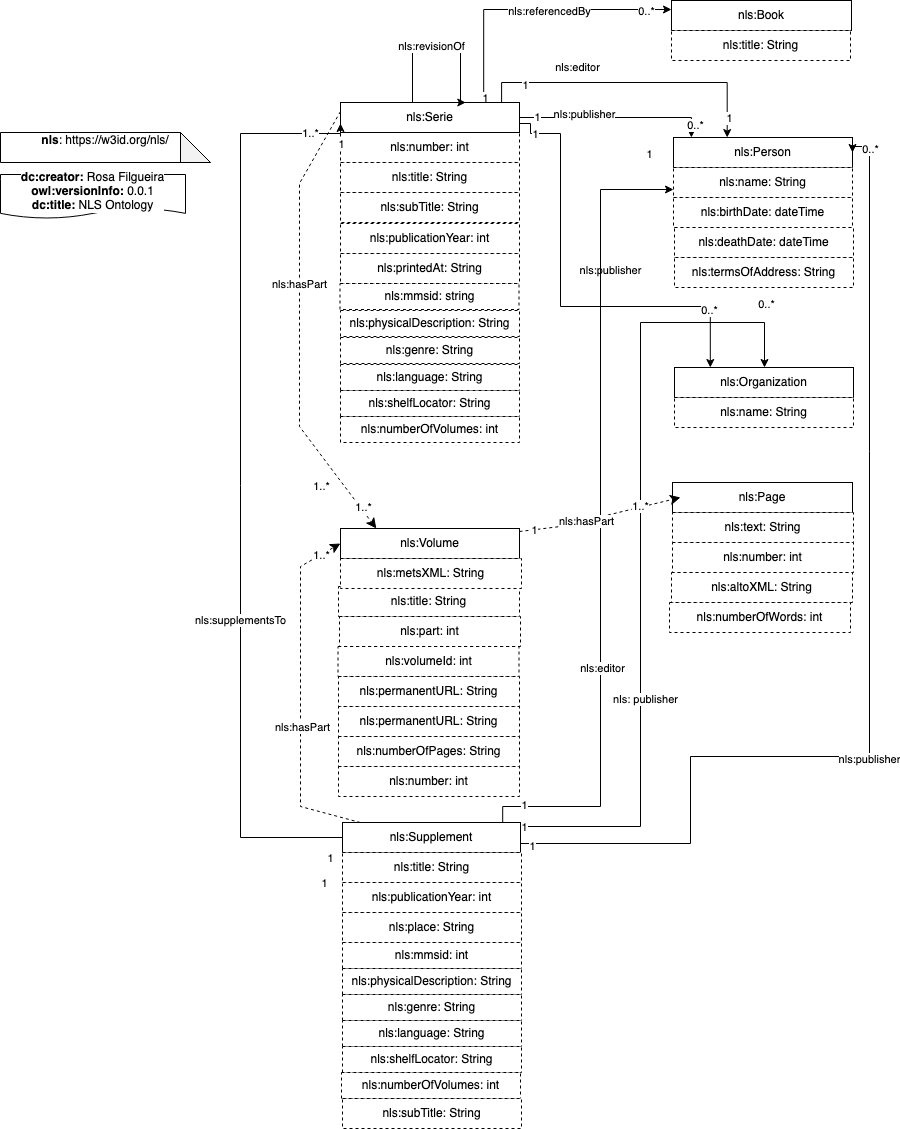
Earlier version of the draw.io export doc/dataModel.png (francesNLP/NLS-ontology). Source tidied: cells renumbered, new cells last; positions are measured from the earlier drawing's top-left corner, leaving out a move shared by most shapes.
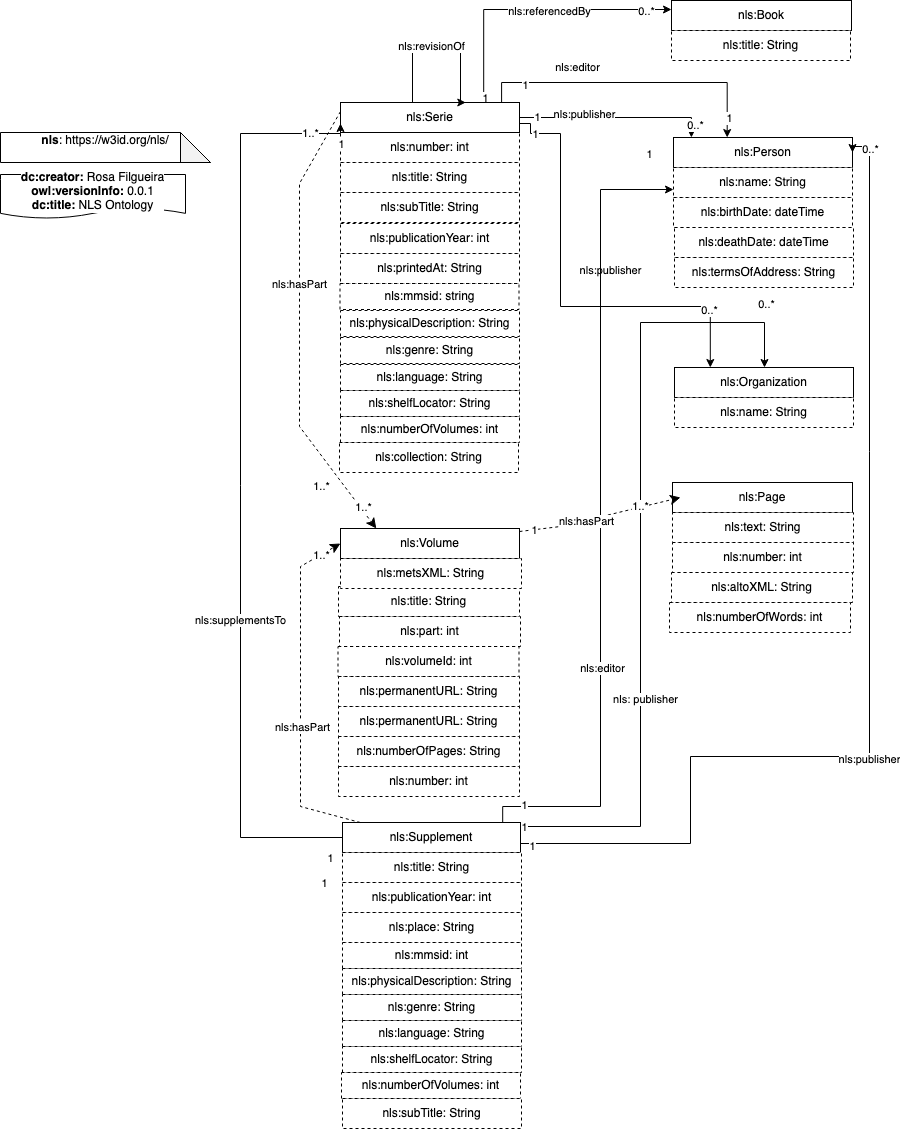
Above is the later version.

Change to the diagram source:
```diff
@@ -372,5 +372,8 @@
     <mxCell id="95" value="nls:number: int" style="rounded=0;whiteSpace=wrap;html=1;dashed=1;" parent="1" vertex="1">
       <mxGeometry x="338" y="766" width="181" height="30" as="geometry" />
     </mxCell>
+    <mxCell id="96" value="nls:collection: String" style="rounded=0;whiteSpace=wrap;html=1;dashed=1;" parent="1" vertex="1">
+      <mxGeometry x="339" y="442" width="179" height="30" as="geometry" />
+    </mxCell>
   </root>
 </mxGraphModel>
```
